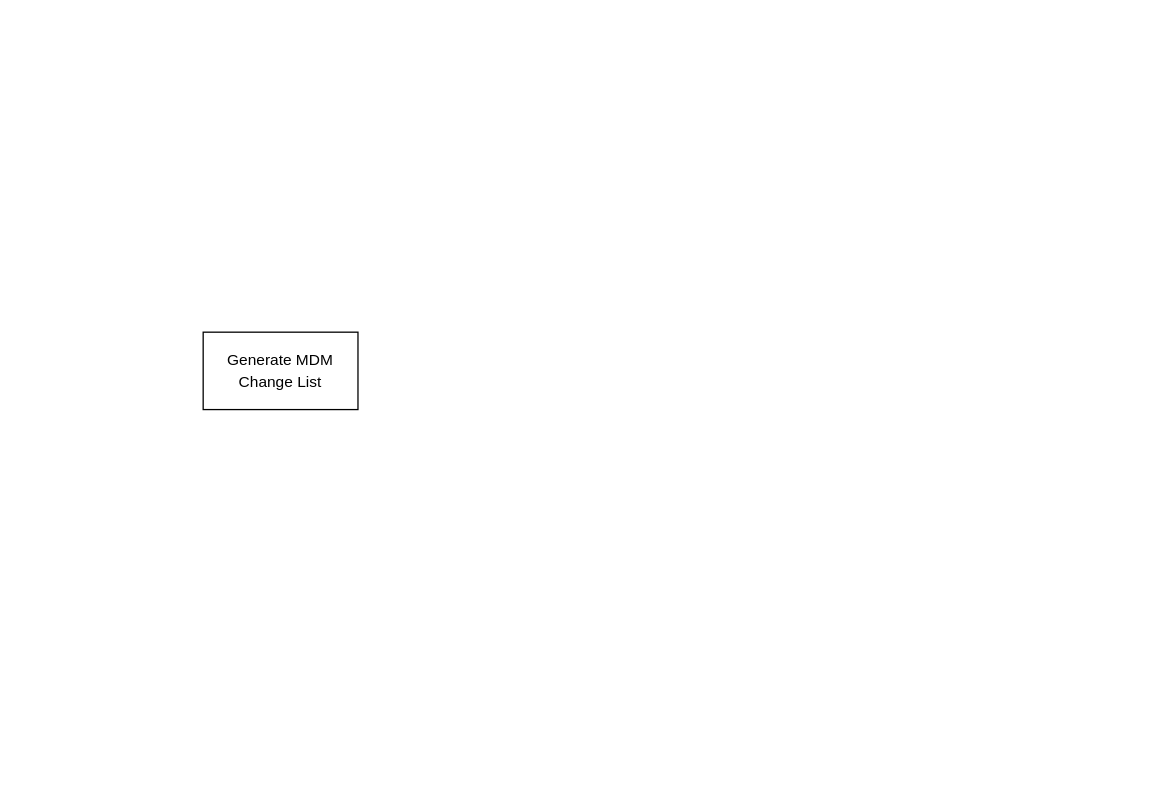
biswarup81/drawings keeps this draw.io diagram as EMA-RFP.drawio. Above is the earlier version. Source tidied: cells renumbered, new cells numbered last; positions are measured from the earlier drawing's top-left corner, leaving out a move shared by most shapes. Both pictures are drawn from the tidied source at 129%, with x=0, y=0 at pixel (203, 332).
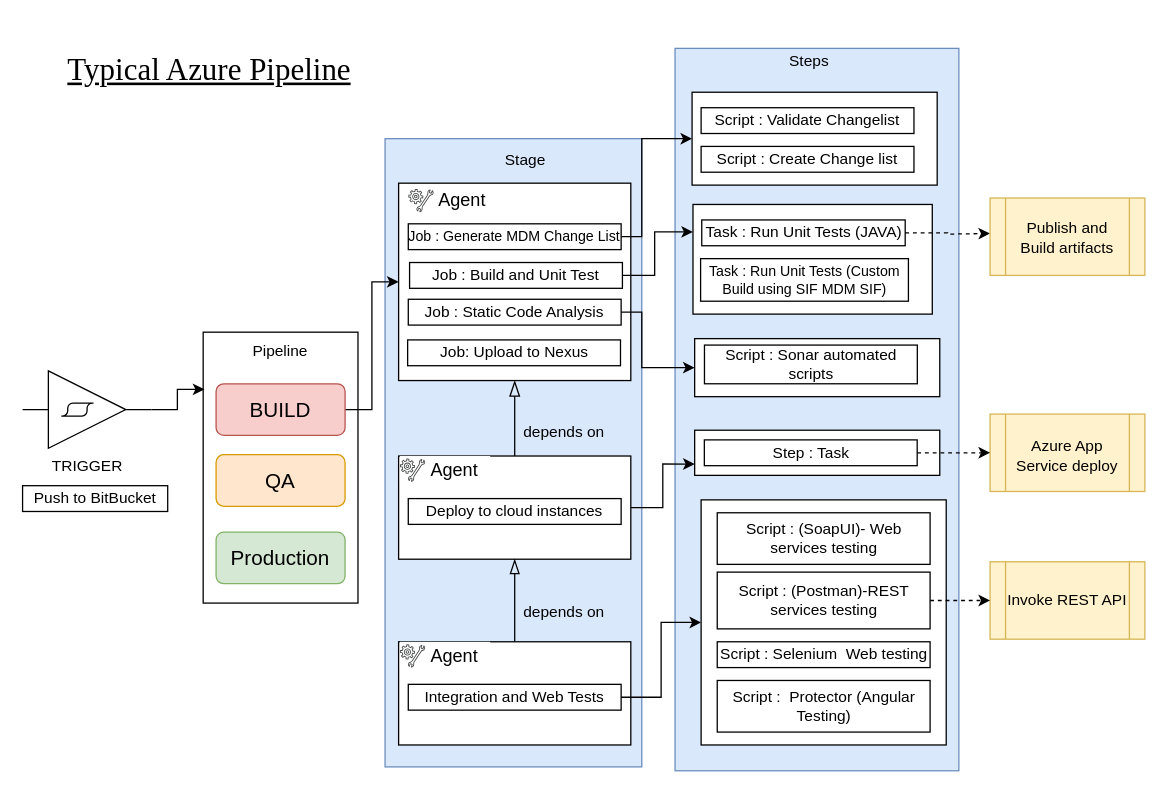
Above is the later version.

The edit, as a diff of the source:
```diff
@@
+    <mxCell id="3" style="rounded=0;whiteSpace=wrap;html=1;labelBackgroundColor=#ffffff;fontSize=12;fillColor=#dae8fc;align=left;strokeColor=#6c8ebf;" parent="1" vertex="1">
+      <mxGeometry x="141" y="-150" width="199" height="487" as="geometry" />
+    </mxCell>
+    <mxCell id="4" style="group;" parent="1" vertex="1">
+      <mxGeometry x="152.5" y="-105.5" width="191" height="451.7" as="geometry" />
+    </mxCell>
+    <mxCell id="5" value="&lt;p class=&quot;MsoNormal&quot; style=&quot;margin: 0cm ; line-height: 12.3pt ; font-size: 9pt ; font-family: &amp;#34;arial&amp;#34; , sans-serif&quot;&gt;&lt;br&gt;&lt;/p&gt;" style="rounded=0;whiteSpace=wrap;html=1;align=left;" parent="4" vertex="1">
+      <mxGeometry x="-1" y="-10" width="180" height="153" as="geometry" />
+    </mxCell>
+    <mxCell id="6" value="&lt;p class=&quot;MsoNormal&quot; align=&quot;center&quot; style=&quot;margin: 0cm ; line-height: 12.3pt ; font-size: 9pt ; font-family: &amp;#34;arial&amp;#34; , sans-serif&quot;&gt;&lt;span lang=&quot;EN-US&quot;&gt;Job : Static Code Analysis&lt;/span&gt;&lt;/p&gt;" style="rounded=0;whiteSpace=wrap;html=1;fontSize=12;spacing=0;" parent="4" vertex="1">
+      <mxGeometry x="6.5" y="80" width="165" height="20" as="geometry" />
+    </mxCell>
+    <mxCell id="7" style="group;" parent="4" vertex="1">
+      <mxGeometry x="6.5" y="-7.5" width="70" height="23" as="geometry" />
+    </mxCell>
+    <mxCell id="8" style="rounded=0;whiteSpace=wrap;html=1;labelBackgroundColor=#ffffff;fontSize=14;labelBorderColor=none;strokeColor=none;" parent="7" vertex="1">
+      <mxGeometry width="70" height="20" as="geometry" />
+    </mxCell>
+    <mxCell id="9" style="group;" parent="7" vertex="1">
+      <mxGeometry y="2" width="62" height="21" as="geometry" />
+    </mxCell>
+    <mxCell id="10" value="Agent" style="text;html=1;strokeColor=none;fillColor=none;align=center;verticalAlign=middle;whiteSpace=wrap;rounded=0;fontSize=14;" parent="9" vertex="1">
+      <mxGeometry x="22" y="-1" width="40" height="20" as="geometry" />
+    </mxCell>
+    <mxCell id="11" style="shadow=0;dashed=0;html=1;strokeColor=none;fillColor=#434445;labelPosition=center;verticalLabelPosition=bottom;verticalAlign=top;align=center;shape=mxgraph.vvd.guest_agent_customization;fontSize=12;" parent="9" vertex="1">
+      <mxGeometry width="19.6" height="18" as="geometry" />
+    </mxCell>
-    <mxCell id="2" value="&lt;p class=&quot;MsoNormal&quot; align=&quot;center&quot; style=&quot;margin: 0cm ; line-height: 12.3pt ; font-size: 9pt ; font-family: &amp;#34;arial&amp;#34; , sans-serif&quot;&gt;&lt;span lang=&quot;EN-US&quot;&gt;Generate MDM Change List&lt;/span&gt;&lt;/p&gt;" style="rounded=0;whiteSpace=wrap;html=1;" parent="1" vertex="1">
-      <mxGeometry width="120" height="60" as="geometry" />
+    <mxCell id="2" value="&lt;p class=&quot;MsoNormal&quot; style=&quot;margin: 0cm ; line-height: 12.3pt ; font-size: 9pt ; font-family: &amp;#34;arial&amp;#34; , sans-serif&quot;&gt;&lt;br&gt;&lt;/p&gt;" style="rounded=0;whiteSpace=wrap;html=1;align=left;" parent="1" vertex="1">
+      <mxGeometry width="120" height="210" as="geometry" />
     </mxCell>
+    <mxCell id="12" style="edgeStyle=orthogonalEdgeStyle;rounded=0;jettySize=auto;html=1;fontSize=14;entryX=0.008;entryY=0.211;entryDx=0;entryDy=0;entryPerimeter=0;" parent="1" edge="1" source="13" target="2">
+      <mxGeometry relative="1" as="geometry" />
+    </mxCell>
+    <mxCell id="13" value="TRIGGER" style="verticalLabelPosition=bottom;shadow=0;dashed=0;align=center;html=1;verticalAlign=top;shape=mxgraph.electrical.logic_gates.schmitt_trigger;" parent="1" vertex="1">
+      <mxGeometry x="-140" y="30" width="100" height="60" as="geometry" />
+    </mxCell>
+    <mxCell id="14" style="edgeStyle=orthogonalEdgeStyle;rounded=0;jettySize=auto;html=1;exitX=1;exitY=0.5;exitDx=0;exitDy=0;entryX=0;entryY=0.5;entryDx=0;entryDy=0;fontSize=14;" parent="1" edge="1" source="15" target="5">
+      <mxGeometry relative="1" as="geometry" />
+    </mxCell>
+    <mxCell id="15" value="BUILD" style="rounded=1;whiteSpace=wrap;html=1;fontSize=16;fillColor=#f8cecc;strokeColor=#b85450;" parent="1" vertex="1">
+      <mxGeometry x="10" y="40" width="100" height="40" as="geometry" />
+    </mxCell>
+    <mxCell id="16" value="QA" style="rounded=1;whiteSpace=wrap;html=1;fontSize=16;fillColor=#ffe6cc;strokeColor=#d79b00;" parent="1" vertex="1">
+      <mxGeometry x="10" y="95" width="100" height="40" as="geometry" />
+    </mxCell>
+    <mxCell id="17" value="Production" style="rounded=1;whiteSpace=wrap;html=1;fontSize=16;fillColor=#d5e8d4;strokeColor=#82b366;" parent="1" vertex="1">
+      <mxGeometry x="10" y="155" width="100" height="40" as="geometry" />
+    </mxCell>
+    <mxCell id="18" value="&lt;span lang=&quot;EN-US&quot; style=&quot;font-size: 11px; font-family: arial, sans-serif;&quot;&gt;Job : Generate MDM Change List&lt;/span&gt;&lt;span style=&quot;font-size: 11px;&quot;&gt;&lt;/span&gt;" style="rounded=0;whiteSpace=wrap;html=1;fontSize=11;spacing=0;" parent="1" vertex="1">
+      <mxGeometry x="159" y="-84" width="165" height="20" as="geometry" />
+    </mxCell>
+    <mxCell id="19" value="&lt;p class=&quot;MsoNormal&quot; align=&quot;center&quot; style=&quot;margin: 0cm ; line-height: 12.3pt ; font-size: 9pt ; font-family: &amp;#34;arial&amp;#34; , sans-serif&quot;&gt;&lt;span lang=&quot;EN-US&quot;&gt;Job : Build and Unit Test&lt;/span&gt;&lt;/p&gt;" style="rounded=0;whiteSpace=wrap;html=1;fontSize=12;spacing=0;" parent="1" vertex="1">
+      <mxGeometry x="160" y="-54" width="165" height="20" as="geometry" />
+    </mxCell>
+    <mxCell id="20" value="&lt;p class=&quot;MsoNormal&quot; align=&quot;center&quot; style=&quot;margin: 0cm ; line-height: 12.3pt ; font-size: 9pt ; font-family: &amp;#34;arial&amp;#34; , sans-serif&quot;&gt;&lt;span lang=&quot;EN-US&quot;&gt;Job: Upload to Nexus&lt;/span&gt;&lt;/p&gt;" style="rounded=0;whiteSpace=wrap;html=1;fontSize=12;spacing=0;" parent="1" vertex="1">
+      <mxGeometry x="158.5" y="6" width="165" height="20" as="geometry" />
+    </mxCell>
+    <mxCell id="21" style="group;" parent="1" vertex="1">
+      <mxGeometry x="151.5" y="96" width="180" height="80" as="geometry" />
+    </mxCell>
+    <mxCell id="22" value="&lt;p class=&quot;MsoNormal&quot; style=&quot;margin: 0cm ; line-height: 12.3pt ; font-size: 9pt ; font-family: &amp;#34;arial&amp;#34; , sans-serif&quot;&gt;&lt;br&gt;&lt;/p&gt;" style="rounded=0;whiteSpace=wrap;html=1;align=left;" parent="21" vertex="1">
+      <mxGeometry width="180" height="80" as="geometry" />
+    </mxCell>
+    <mxCell id="23" value="&lt;p class=&quot;MsoNormal&quot; align=&quot;center&quot; style=&quot;margin: 0cm ; line-height: 12.3pt ; font-size: 9pt ; font-family: &amp;#34;arial&amp;#34; , sans-serif&quot;&gt;&lt;span lang=&quot;EN-US&quot;&gt;Deploy to cloud instances&lt;/span&gt;&lt;/p&gt;" style="rounded=0;whiteSpace=wrap;html=1;fontSize=12;spacing=0;" parent="21" vertex="1">
+      <mxGeometry x="7.5" y="33" width="165" height="20" as="geometry" />
+    </mxCell>
+    <mxCell id="24" style="group;" parent="21" vertex="1">
+      <mxGeometry x="1" width="70" height="23" as="geometry" />
+    </mxCell>
+    <mxCell id="25" style="rounded=0;whiteSpace=wrap;html=1;labelBackgroundColor=#ffffff;fontSize=14;labelBorderColor=none;strokeColor=none;" parent="24" vertex="1">
+      <mxGeometry width="70" height="20" as="geometry" />
+    </mxCell>
+    <mxCell id="26" style="group;" parent="24" vertex="1">
+      <mxGeometry y="2" width="62" height="21" as="geometry" />
+    </mxCell>
+    <mxCell id="27" value="Agent" style="text;html=1;strokeColor=none;fillColor=none;align=center;verticalAlign=middle;whiteSpace=wrap;rounded=0;fontSize=14;" parent="26" vertex="1">
+      <mxGeometry x="22" y="-1" width="40" height="20" as="geometry" />
+    </mxCell>
+    <mxCell id="28" style="shadow=0;dashed=0;html=1;strokeColor=none;fillColor=#434445;labelPosition=center;verticalLabelPosition=bottom;verticalAlign=top;align=center;shape=mxgraph.vvd.guest_agent_customization;fontSize=12;" parent="26" vertex="1">
+      <mxGeometry width="19.6" height="18" as="geometry" />
+    </mxCell>
+    <mxCell id="29" style="group;" parent="1" vertex="1">
+      <mxGeometry x="151.5" y="240" width="180" height="80" as="geometry" />
+    </mxCell>
+    <mxCell id="30" value="&lt;p class=&quot;MsoNormal&quot; style=&quot;margin: 0cm ; line-height: 12.3pt ; font-size: 9pt ; font-family: &amp;#34;arial&amp;#34; , sans-serif&quot;&gt;&lt;br&gt;&lt;/p&gt;" style="rounded=0;whiteSpace=wrap;html=1;align=left;" parent="29" vertex="1">
+      <mxGeometry width="180" height="80" as="geometry" />
+    </mxCell>
+    <mxCell id="31" value="&lt;p class=&quot;MsoNormal&quot; align=&quot;center&quot; style=&quot;margin: 0cm ; line-height: 12.3pt ; font-size: 9pt ; font-family: &amp;#34;arial&amp;#34; , sans-serif&quot;&gt;Integration and Web Tests&lt;br&gt;&lt;/p&gt;" style="rounded=0;whiteSpace=wrap;html=1;fontSize=12;spacing=0;" parent="29" vertex="1">
+      <mxGeometry x="7.5" y="33" width="165" height="20" as="geometry" />
+    </mxCell>
+    <mxCell id="32" style="group;" parent="29" vertex="1">
+      <mxGeometry x="1" width="70" height="23" as="geometry" />
+    </mxCell>
+    <mxCell id="33" style="rounded=0;whiteSpace=wrap;html=1;labelBackgroundColor=#ffffff;fontSize=14;labelBorderColor=none;strokeColor=none;" parent="32" vertex="1">
+      <mxGeometry width="70" height="20" as="geometry" />
+    </mxCell>
+    <mxCell id="34" style="group;" parent="32" vertex="1">
+      <mxGeometry y="2" width="62" height="21" as="geometry" />
+    </mxCell>
+    <mxCell id="35" value="Agent" style="text;html=1;strokeColor=none;fillColor=none;align=center;verticalAlign=middle;whiteSpace=wrap;rounded=0;fontSize=14;" parent="34" vertex="1">
+      <mxGeometry x="22" y="-1" width="40" height="20" as="geometry" />
+    </mxCell>
+    <mxCell id="36" style="shadow=0;dashed=0;html=1;strokeColor=none;fillColor=#434445;labelPosition=center;verticalLabelPosition=bottom;verticalAlign=top;align=center;shape=mxgraph.vvd.guest_agent_customization;fontSize=12;" parent="34" vertex="1">
+      <mxGeometry width="19.6" height="18" as="geometry" />
+    </mxCell>
+    <mxCell id="37" style="edgeStyle=orthogonalEdgeStyle;rounded=0;jettySize=auto;html=1;entryX=0.5;entryY=1;entryDx=0;entryDy=0;fontSize=14;endArrow=blockThin;endFill=0;endSize=9;" parent="1" edge="1" source="30" target="22">
+      <mxGeometry relative="1" as="geometry" />
+    </mxCell>
+    <mxCell id="38" style="edgeStyle=orthogonalEdgeStyle;rounded=0;jettySize=auto;html=1;entryX=0.5;entryY=1;entryDx=0;entryDy=0;fontSize=14;endArrow=blockThin;endFill=0;endSize=10;" parent="1" edge="1" source="22" target="5">
+      <mxGeometry relative="1" as="geometry" />
+    </mxCell>
+    <mxCell id="39" value="&lt;p class=&quot;MsoNormal&quot; align=&quot;center&quot; style=&quot;margin: 0cm ; line-height: 12.3pt ; font-size: 9pt ; font-family: &amp;#34;arial&amp;#34; , sans-serif&quot;&gt;&lt;span lang=&quot;EN-US&quot;&gt;Push to BitBucket&lt;/span&gt;&lt;/p&gt;" style="rounded=0;whiteSpace=wrap;html=1;fontSize=12;spacing=0;" parent="1" vertex="1">
+      <mxGeometry x="-140" y="119" width="112.5" height="20" as="geometry" />
+    </mxCell>
+    <mxCell id="40" style="shape=process;whiteSpace=wrap;html=1;backgroundOutline=1;labelBackgroundColor=#ffffff;fontSize=12;align=left;fillColor=#fff2cc;strokeColor=#d6b656;" parent="1" vertex="1">
+      <mxGeometry x="610" y="63.5" width="120" height="60" as="geometry" />
+    </mxCell>
+    <mxCell id="41" style="shape=process;whiteSpace=wrap;html=1;backgroundOutline=1;labelBackgroundColor=#ffffff;fontSize=12;align=left;fillColor=#fff2cc;strokeColor=#d6b656;" parent="1" vertex="1">
+      <mxGeometry x="610" y="178" width="120" height="60" as="geometry" />
+    </mxCell>
+    <mxCell id="42" value="Pipeline" style="text;html=1;strokeColor=none;align=center;verticalAlign=middle;whiteSpace=wrap;rounded=0;" parent="1" vertex="1">
+      <mxGeometry x="30" y="5" width="60" height="20" as="geometry" />
+    </mxCell>
+    <mxCell id="43" style="group;" parent="1" vertex="1">
+      <mxGeometry x="375.8" y="-240" width="210" height="580" as="geometry" />
+    </mxCell>
+    <mxCell id="44" style="rounded=0;whiteSpace=wrap;html=1;labelBackgroundColor=#ffffff;fontSize=12;fillColor=#dae8fc;align=left;strokeColor=#6c8ebf;" parent="43" vertex="1">
+      <mxGeometry x="-10" y="20" width="220" height="560" as="geometry" />
+    </mxCell>
+    <mxCell id="45" style="rounded=0;whiteSpace=wrap;html=1;labelBackgroundColor=#ffffff;fontSize=14;" parent="43" vertex="1">
+      <mxGeometry x="3.2" y="54" width="190" height="72" as="geometry" />
+    </mxCell>
+    <mxCell id="46" value="Steps" style="text;html=1;strokeColor=none;fillColor=none;align=center;verticalAlign=middle;whiteSpace=wrap;rounded=0;" parent="43" vertex="1">
+      <mxGeometry x="64.2" y="20" width="60" height="20" as="geometry" />
+    </mxCell>
+    <mxCell id="47" value="&lt;span lang=&quot;EN-US&quot; style=&quot;font-size: 12px ; font-family: &amp;#34;arial&amp;#34; , sans-serif&quot;&gt;Script : Validate Changelist&lt;/span&gt;&lt;span style=&quot;font-size: 12px&quot;&gt;&lt;/span&gt;" style="rounded=0;whiteSpace=wrap;html=1;fontSize=12;spacing=0;" parent="43" vertex="1">
+      <mxGeometry x="10.2" y="66" width="165" height="20" as="geometry" />
+    </mxCell>
+    <mxCell id="48" value="&lt;span lang=&quot;EN-US&quot; style=&quot;font-size: 12px ; font-family: &amp;#34;arial&amp;#34; , sans-serif&quot;&gt;Script : Create Change list&lt;/span&gt;&lt;span style=&quot;font-size: 12px&quot;&gt;&lt;/span&gt;" style="rounded=0;whiteSpace=wrap;html=1;fontSize=12;spacing=0;" parent="43" vertex="1">
+      <mxGeometry x="10.2" y="96" width="165" height="20" as="geometry" />
+    </mxCell>
+    <mxCell id="49" style="group;" parent="43" vertex="1">
+      <mxGeometry y="141" width="185.5" height="85" as="geometry" />
+    </mxCell>
+    <mxCell id="50" style="rounded=0;whiteSpace=wrap;html=1;labelBackgroundColor=#ffffff;fontSize=14;" parent="49" vertex="1">
+      <mxGeometry x="3.9" width="185.5" height="85" as="geometry" />
+    </mxCell>
+    <mxCell id="51" value="&lt;span lang=&quot;EN-US&quot; style=&quot;font-size: 12px ; font-family: &amp;#34;arial&amp;#34; , sans-serif&quot;&gt;Task : Run Unit Tests (JAVA)&lt;/span&gt;&lt;span style=&quot;font-size: 12px&quot;&gt;&lt;/span&gt;" style="rounded=0;whiteSpace=wrap;html=1;fontSize=12;spacing=0;" parent="49" vertex="1">
+      <mxGeometry x="10.7" y="12" width="157.7" height="20" as="geometry" />
+    </mxCell>
+    <mxCell id="52" value="&lt;span lang=&quot;EN-US&quot; style=&quot;font-size: 11px ; font-family: &amp;#34;arial&amp;#34; , sans-serif&quot;&gt;Task : Run Unit Tests (Custom Build using SIF MDM SIF)&lt;/span&gt;&lt;span style=&quot;font-size: 11px&quot;&gt;&lt;/span&gt;" style="rounded=0;whiteSpace=wrap;html=1;fontSize=11;spacing=0;" parent="49" vertex="1">
+      <mxGeometry x="9.8" y="42" width="161.1" height="33" as="geometry" />
+    </mxCell>
+    <mxCell id="53" style="rounded=0;whiteSpace=wrap;html=1;labelBackgroundColor=#ffffff;fontSize=14;" parent="43" vertex="1">
+      <mxGeometry x="5.2" y="245" width="190" height="45" as="geometry" />
+    </mxCell>
+    <mxCell id="54" value="&lt;span lang=&quot;EN-US&quot; style=&quot;font-size: 12px ; font-family: &amp;#34;arial&amp;#34; , sans-serif&quot;&gt;Script : Sonar automated scripts&lt;/span&gt;&lt;span style=&quot;font-size: 12px&quot;&gt;&lt;/span&gt;" style="rounded=0;whiteSpace=wrap;html=1;fontSize=12;spacing=0;" parent="43" vertex="1">
+      <mxGeometry x="12.8" y="250" width="165" height="30" as="geometry" />
+    </mxCell>
+    <mxCell id="55" style="group;" parent="43" vertex="1">
+      <mxGeometry x="10.2" y="370" width="190" height="190" as="geometry" />
+    </mxCell>
+    <mxCell id="56" style="rounded=0;whiteSpace=wrap;html=1;labelBackgroundColor=#ffffff;fontSize=14;" parent="55" vertex="1">
+      <mxGeometry width="190" height="190" as="geometry" />
+    </mxCell>
+    <mxCell id="57" value="&lt;span lang=&quot;EN-US&quot; style=&quot;font-size: 12px ; font-family: &amp;#34;arial&amp;#34; , sans-serif&quot;&gt;Script : (&lt;span style=&quot;font-family: &amp;#34;arial&amp;#34; , sans-serif ; font-size: 9pt ; text-indent: -18pt&quot;&gt;SoapUI)- Web services testing&lt;/span&gt;&lt;br&gt;&lt;/span&gt;" style="rounded=0;whiteSpace=wrap;html=1;fontSize=12;spacing=0;" parent="55" vertex="1">
+      <mxGeometry x="12.5" y="10" width="165" height="40" as="geometry" />
+    </mxCell>
+    <mxCell id="58" value="&lt;span lang=&quot;EN-US&quot; style=&quot;font-size: 12px ; font-family: &amp;#34;arial&amp;#34; , sans-serif&quot;&gt;Script : (&lt;span style=&quot;font-size: 9pt ; font-family: &amp;#34;arial&amp;#34; , sans-serif&quot;&gt;Postman)-&lt;/span&gt;&lt;span style=&quot;font-size: 9pt ; font-family: &amp;#34;arial&amp;#34; , sans-serif&quot;&gt;REST services testing&lt;/span&gt;&lt;br&gt;&lt;/span&gt;&lt;span style=&quot;font-size: 12px&quot;&gt;&lt;/span&gt;" style="rounded=0;whiteSpace=wrap;html=1;fontSize=12;spacing=0;" parent="55" vertex="1">
+      <mxGeometry x="12.5" y="56" width="165" height="44" as="geometry" />
+    </mxCell>
+    <mxCell id="59" value="&lt;span lang=&quot;EN-US&quot; style=&quot;font-size: 12px ; font-family: &amp;#34;arial&amp;#34; , sans-serif&quot;&gt;Script : &amp;nbsp;Protector (Angular Testing)&lt;/span&gt;&lt;span style=&quot;font-size: 12px&quot;&gt;&lt;/span&gt;" style="rounded=0;whiteSpace=wrap;html=1;fontSize=12;spacing=0;" parent="55" vertex="1">
+      <mxGeometry x="12.5" y="140" width="165" height="40" as="geometry" />
+    </mxCell>
+    <mxCell id="60" value="&lt;span lang=&quot;EN-US&quot; style=&quot;font-size: 12px ; font-family: &amp;#34;arial&amp;#34; , sans-serif&quot;&gt;Script : Selenium &amp;nbsp;Web testing&lt;/span&gt;&lt;span style=&quot;font-size: 12px&quot;&gt;&lt;/span&gt;" style="rounded=0;whiteSpace=wrap;html=1;fontSize=12;spacing=0;" parent="55" vertex="1">
+      <mxGeometry x="12.5" y="110" width="165" height="20" as="geometry" />
+    </mxCell>
+    <mxCell id="61" style="edgeStyle=orthogonalEdgeStyle;rounded=0;orthogonalLoop=1;jettySize=auto;html=1;exitX=0.5;exitY=1;exitDx=0;exitDy=0;dashed=1;fontSize=12;endArrow=classic;endFill=1;endSize=6;strokeWidth=1;" parent="55" edge="1" source="57" target="57">
+      <mxGeometry relative="1" as="geometry" />
+    </mxCell>
+    <mxCell id="62" style="group;" parent="43" vertex="1">
+      <mxGeometry x="5.2" y="316" width="190" height="35" as="geometry" />
+    </mxCell>
+    <mxCell id="63" style="rounded=0;whiteSpace=wrap;html=1;labelBackgroundColor=#ffffff;fontSize=14;" parent="62" vertex="1">
+      <mxGeometry width="190" height="35" as="geometry" />
+    </mxCell>
+    <mxCell id="64" value="&lt;span lang=&quot;EN-US&quot; style=&quot;font-size: 12px ; font-family: &amp;#34;arial&amp;#34; , sans-serif&quot;&gt;Step : Task&lt;/span&gt;&lt;span style=&quot;font-size: 12px&quot;&gt;&lt;/span&gt;" style="rounded=0;whiteSpace=wrap;html=1;fontSize=12;spacing=0;" parent="62" vertex="1">
+      <mxGeometry x="7.5" y="7.5" width="165" height="20" as="geometry" />
+    </mxCell>
+    <mxCell id="65" style="edgeStyle=orthogonalEdgeStyle;rounded=0;jettySize=auto;html=1;fontSize=14;endArrow=classic;endFill=1;endSize=6;entryX=0;entryY=0.5;entryDx=0;entryDy=0;" parent="1" edge="1" source="18" target="45">
+      <mxGeometry relative="1" as="geometry">
+        <Array as="points">
+          <mxPoint x="340" y="-74" />
+          <mxPoint x="340" y="-150" />
+        </Array>
+      </mxGeometry>
+    </mxCell>
+    <mxCell id="66" style="edgeStyle=orthogonalEdgeStyle;rounded=0;jettySize=auto;html=1;fontSize=12;endArrow=classic;endFill=1;endSize=6;exitX=1;exitY=0.5;exitDx=0;exitDy=0;entryX=0;entryY=0.25;entryDx=0;entryDy=0;" parent="1" edge="1" source="19" target="50">
+      <mxGeometry relative="1" as="geometry">
+        <Array as="points">
+          <mxPoint x="350" y="-44" />
+          <mxPoint x="350" y="-78" />
+        </Array>
+      </mxGeometry>
+    </mxCell>
+    <mxCell id="67" style="edgeStyle=orthogonalEdgeStyle;rounded=0;jettySize=auto;html=1;exitX=1;exitY=0.5;exitDx=0;exitDy=0;entryX=0;entryY=0.5;entryDx=0;entryDy=0;fontSize=12;endArrow=classic;endFill=1;endSize=6;" parent="1" edge="1" source="6" target="53">
+      <mxGeometry relative="1" as="geometry">
+        <Array as="points">
+          <mxPoint x="340" y="-15" />
+          <mxPoint x="340" y="28" />
+        </Array>
+      </mxGeometry>
+    </mxCell>
+    <mxCell id="68" style="edgeStyle=orthogonalEdgeStyle;rounded=0;jettySize=auto;html=1;entryX=0;entryY=0.75;entryDx=0;entryDy=0;fontSize=12;endArrow=classic;endFill=1;endSize=6;" parent="1" edge="1" source="22" target="63">
+      <mxGeometry relative="1" as="geometry" />
+    </mxCell>
+    <mxCell id="69" style="edgeStyle=orthogonalEdgeStyle;rounded=0;jettySize=auto;html=1;fontSize=12;endArrow=classic;endFill=1;endSize=6;" parent="1" edge="1" source="31" target="56">
+      <mxGeometry relative="1" as="geometry" />
+    </mxCell>
+    <mxCell id="70" style="edgeStyle=orthogonalEdgeStyle;rounded=0;jettySize=auto;html=1;dashed=1;fontSize=12;endArrow=classic;endFill=1;endSize=6;strokeWidth=1;" parent="1" edge="1" source="51">
+      <mxGeometry relative="1" as="geometry">
+        <mxPoint x="610" y="-76.5" as="targetPoint" />
+      </mxGeometry>
+    </mxCell>
+    <mxCell id="71" style="edgeStyle=orthogonalEdgeStyle;rounded=0;jettySize=auto;html=1;dashed=1;fontSize=12;endArrow=classic;endFill=1;endSize=6;strokeWidth=1;" parent="1" edge="1" source="64" target="40">
+      <mxGeometry relative="1" as="geometry" />
+    </mxCell>
+    <mxCell id="72" style="edgeStyle=orthogonalEdgeStyle;rounded=0;jettySize=auto;html=1;dashed=1;fontSize=12;endArrow=classic;endFill=1;endSize=6;strokeWidth=1;" parent="1" edge="1" source="58" target="41">
+      <mxGeometry relative="1" as="geometry" />
+    </mxCell>
+    <mxCell id="73" style="shape=process;whiteSpace=wrap;html=1;backgroundOutline=1;labelBackgroundColor=#ffffff;fontSize=12;align=left;fillColor=#fff2cc;strokeColor=#d6b656;" parent="1" vertex="1">
+      <mxGeometry x="610" y="-104" width="120" height="60" as="geometry" />
+    </mxCell>
+    <mxCell id="74" value="Publish and Build artifacts" style="text;html=1;strokeColor=none;fillColor=none;align=center;verticalAlign=middle;whiteSpace=wrap;rounded=0;" parent="1" vertex="1">
+      <mxGeometry x="630" y="-83" width="80" height="20" as="geometry" />
+    </mxCell>
+    <mxCell id="75" value="Azure App Service deploy" style="text;html=1;strokeColor=none;fillColor=none;align=center;verticalAlign=middle;whiteSpace=wrap;rounded=0;" parent="1" vertex="1">
+      <mxGeometry x="620" y="72" width="100" height="47" as="geometry" />
+    </mxCell>
+    <mxCell id="76" value="Invoke REST API" style="text;html=1;strokeColor=none;fillColor=none;align=center;verticalAlign=middle;whiteSpace=wrap;rounded=0;" parent="1" vertex="1">
+      <mxGeometry x="620" y="184.5" width="100" height="47" as="geometry" />
+    </mxCell>
+    <mxCell id="77" value="depends on" style="text;html=1;strokeColor=none;fillColor=none;align=center;verticalAlign=middle;whiteSpace=wrap;rounded=0;" parent="1" vertex="1">
+      <mxGeometry x="230" y="67.5" width="100" height="20" as="geometry" />
+    </mxCell>
+    <mxCell id="78" value="depends on" style="text;html=1;strokeColor=none;fillColor=none;align=center;verticalAlign=middle;whiteSpace=wrap;rounded=0;" parent="1" vertex="1">
+      <mxGeometry x="230" y="207" width="100" height="20" as="geometry" />
+    </mxCell>
+    <mxCell id="79" value="Stage" style="text;html=1;strokeColor=none;fillColor=none;align=center;verticalAlign=middle;whiteSpace=wrap;rounded=0;" parent="1" vertex="1">
+      <mxGeometry x="220" y="-143" width="60" height="20" as="geometry" />
+    </mxCell>
+    <mxCell id="80" value="&lt;u&gt;Typical Azure Pipeline&lt;/u&gt;" style="text;html=1;strokeColor=none;fillColor=none;align=center;verticalAlign=middle;whiteSpace=wrap;rounded=0;labelBackgroundColor=#ffffff;fontSize=24;fontFamily=Times New Roman;" parent="1" vertex="1">
+      <mxGeometry x="-110" y="-213" width="230" height="20" as="geometry" />
+    </mxCell>
```
